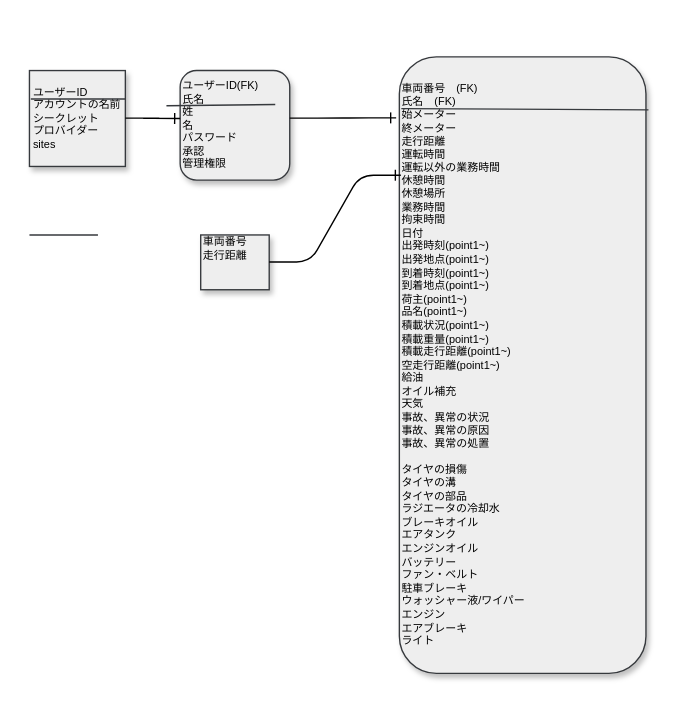
Above: page "ページ2" (2 of 2) of docs/draw.dio in bob-g12/dayrepo-for-transportation (draw.io), before the change. Source tidied: cells renumbered, new cells numbered last; positions are measured from the earlier drawing's top-left corner, leaving out a move shared by most shapes. Both pictures are drawn from the tidied source at 137%, with x=0, y=0 at pixel (29, 56).
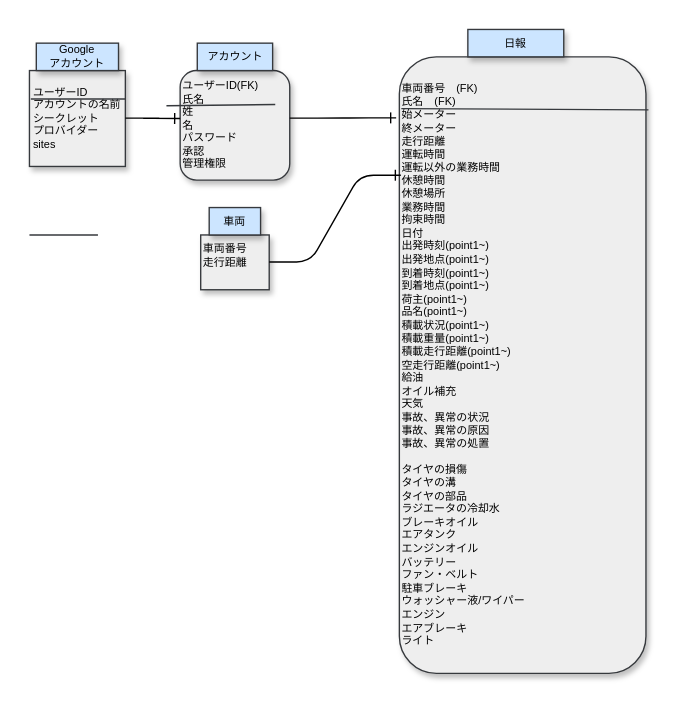
The same page after the edit.

Diff of the diagram source:
```diff
@@
-    <mxCell id="6" value="&lt;div style=&quot;&quot;&gt;車両番号&lt;/div&gt;&lt;div style=&quot;&quot;&gt;走行距離&lt;/div&gt;&lt;div style=&quot;&quot;&gt;&lt;br&gt;&lt;/div&gt;&lt;div style=&quot;&quot;&gt;&lt;br&gt;&lt;/div&gt;" style="rounded=0;whiteSpace=wrap;html=1;shadow=1;strokeColor=#36393d;fontFamily=Helvetica;fontSize=8;startSize=0;fillColor=#eeeeee;fontColor=#000000;align=left;" parent="1" vertex="1">
+    <mxCell id="6" value="&lt;div style=&quot;&quot;&gt;車両番号&lt;/div&gt;&lt;div style=&quot;&quot;&gt;走行距離&lt;/div&gt;&lt;div style=&quot;&quot;&gt;&lt;br&gt;&lt;/div&gt;" style="rounded=0;whiteSpace=wrap;html=1;shadow=1;strokeColor=#36393d;fontFamily=Helvetica;fontSize=8;startSize=0;fillColor=#eeeeee;fontColor=#000000;align=left;" parent="1" vertex="1">
       <mxGeometry x="125" y="130" width="50" height="40" as="geometry" />
     </mxCell>
@@
+    <mxCell id="13" value="Google&lt;br&gt;アカウント" style="rounded=0;whiteSpace=wrap;html=1;shadow=1;strokeColor=#36393d;fontFamily=Helvetica;fontSize=8;startSize=0;fillColor=#cce5ff;fontColor=#000000;" parent="1" vertex="1">
+      <mxGeometry x="5" y="-10" width="60" height="20" as="geometry" />
+    </mxCell>
+    <mxCell id="14" value="アカウント" style="rounded=0;whiteSpace=wrap;html=1;shadow=1;strokeColor=#36393d;fontFamily=Helvetica;fontSize=8;startSize=0;fillColor=#cce5ff;fontColor=#000000;" parent="1" vertex="1">
+      <mxGeometry x="122.5" y="-10" width="55" height="20" as="geometry" />
+    </mxCell>
+    <mxCell id="15" value="車両" style="rounded=0;whiteSpace=wrap;html=1;shadow=1;strokeColor=#36393d;fontFamily=Helvetica;fontSize=8;startSize=0;fillColor=#cce5ff;fontColor=#000000;" parent="1" vertex="1">
+      <mxGeometry x="131.2" y="110" width="37.5" height="20" as="geometry" />
+    </mxCell>
+    <mxCell id="16" value="日報" style="rounded=0;whiteSpace=wrap;html=1;shadow=1;strokeColor=#36393d;fontFamily=Helvetica;fontSize=8;startSize=0;fillColor=#cce5ff;fontColor=#000000;" parent="1" vertex="1">
+      <mxGeometry x="320" y="-20" width="70" height="20" as="geometry" />
+    </mxCell>
```
